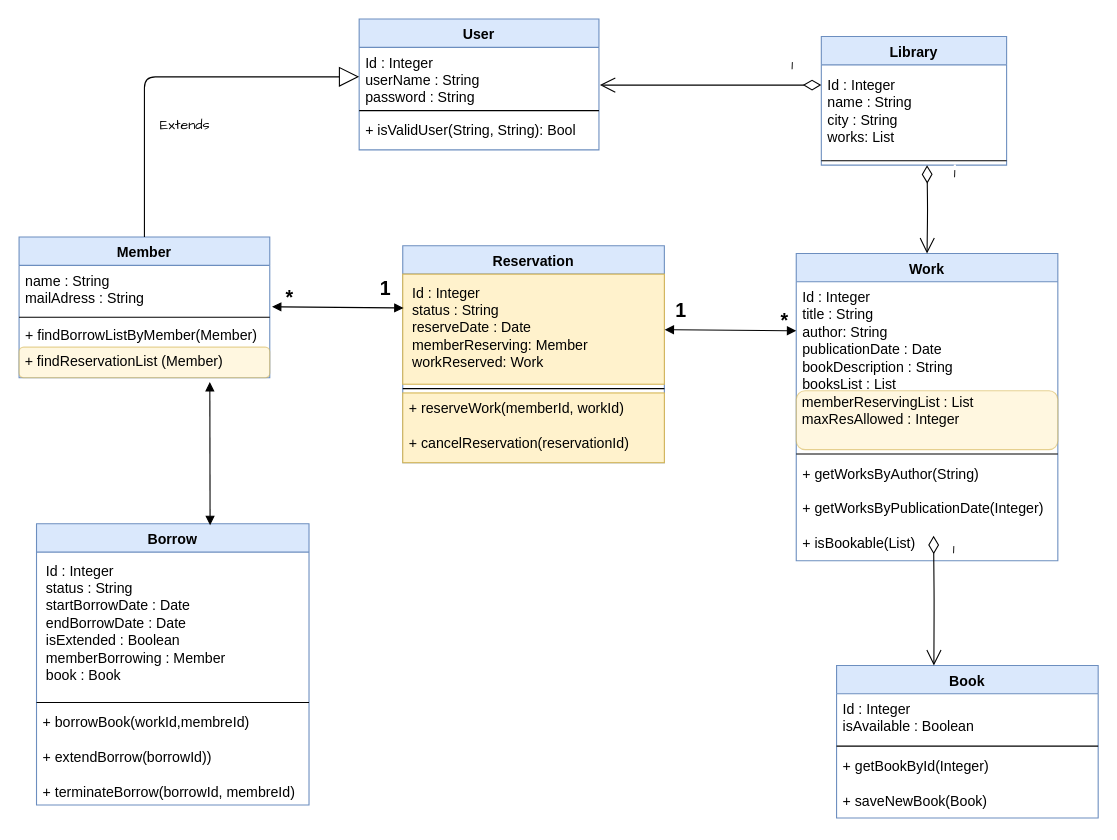
Ketut38/p6-Bibliot_V2 keeps this draw.io diagram as page "ClassDiagram" (2 of 2) of Untitled Diagram.drawio. Above is the earlier version. Source tidied: cells renumbered, new cells numbered last; positions are measured from the earlier drawing's top-left corner, leaving out a move shared by most shapes. Both pictures are drawn from the tidied source at 109%, with x=0, y=0 at pixel (19, 19).
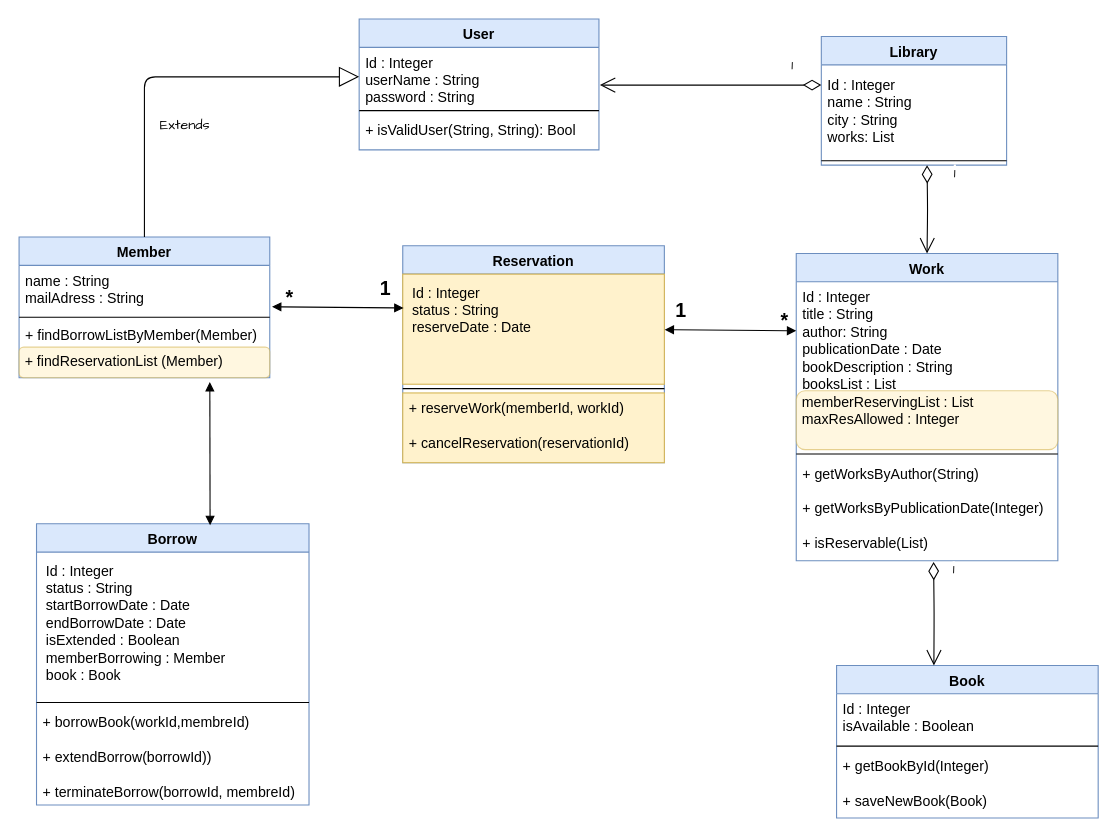
Above is the later version.

Unchanged cells that the change refers to:
```xml
<mxCell id="14" value="Work" style="swimlane;fontStyle=1;align=center;verticalAlign=top;horizontal=1;startSize=26;fontSize=13;fillColor=#dae8fc;strokeColor=#6c8ebf;" parent="1" vertex="1">
  <mxGeometry x="713" y="215" width="240" height="282" as="geometry" />
</mxCell>
<mxCell id="19" value="Book" style="swimlane;fontStyle=1;align=center;verticalAlign=top;horizontal=1;startSize=26;fontSize=13;fillColor=#dae8fc;strokeColor=#6c8ebf;" parent="1" vertex="1">
  <mxGeometry x="750" y="593" width="240" height="140" as="geometry" />
</mxCell>
<mxCell id="27" value="Reservation" style="swimlane;fontStyle=1;align=center;verticalAlign=top;horizontal=1;startSize=26;fontSize=13;fillColor=#dae8fc;strokeColor=#6c8ebf;" parent="1" vertex="1">
  <mxGeometry x="352" y="208" width="240" height="199" as="geometry" />
</mxCell>
```

The edit, as a diff of the source:
```diff
@@
-    <mxCell id="18" value="+ getWorksByAuthor(String)&#10;&#10;+ getWorksByPublicationDate(Integer)&#10;&#10;+ isBookable(List)&#10;&#10;&#10;" style="text;strokeColor=none;fillColor=none;align=left;verticalAlign=top;spacingLeft=4;spacingRight=4;overflow=hidden;fontStyle=0;fontSize=13;" parent="14" vertex="1">
+    <mxCell id="18" value="+ getWorksByAuthor(String)&#10;&#10;+ getWorksByPublicationDate(Integer)&#10;&#10;+ isReservable(List)&#10;&#10;&#10;" style="text;strokeColor=none;fillColor=none;align=left;verticalAlign=top;spacingLeft=4;spacingRight=4;overflow=hidden;fontStyle=0;fontSize=13;" parent="14" vertex="1">
       <mxGeometry y="188" width="240" height="94" as="geometry" />
     </mxCell>
@@
-    <mxCell id="28" value="Id : Integer&#10;status : String&#10;reserveDate : Date&#10;memberReserving: Member&#10;workReserved: Work&#10;&#10;" style="text;strokeColor=#d6b656;fillColor=#fff2cc;align=left;verticalAlign=top;spacingLeft=4;spacingRight=4;overflow=hidden;points=[[0,0.5],[1,0.5]];portConstraint=eastwest;fontStyle=0;fontSize=13;spacingTop=0;spacing=5;" parent="27" vertex="1">
+    <mxCell id="28" value="Id : Integer&#10;status : String&#10;reserveDate : Date&#10;&#10;" style="text;strokeColor=#d6b656;fillColor=#fff2cc;align=left;verticalAlign=top;spacingLeft=4;spacingRight=4;overflow=hidden;points=[[0,0.5],[1,0.5]];portConstraint=eastwest;fontStyle=0;fontSize=13;spacingTop=0;spacing=5;" parent="27" vertex="1">
       <mxGeometry y="26" width="240" height="101" as="geometry" />
     </mxCell>
@@
     <mxCell id="34" value="1" style="endArrow=open;html=1;endSize=12;startArrow=diamondThin;startSize=14;startFill=0;edgeStyle=orthogonalEdgeStyle;align=left;verticalAlign=bottom;fontFamily=Comic Sans MS;fontSize=13;fontColor=none;entryX=0.372;entryY=0;entryDx=0;entryDy=0;entryPerimeter=0;" parent="1" edge="1" target="19">
       <mxGeometry x="-0.62" y="16" relative="1" as="geometry">
-        <mxPoint x="839" y="474" as="sourcePoint" />
+        <mxPoint x="839" y="498" as="sourcePoint" />
       </mxGeometry>
     </mxCell>
```
